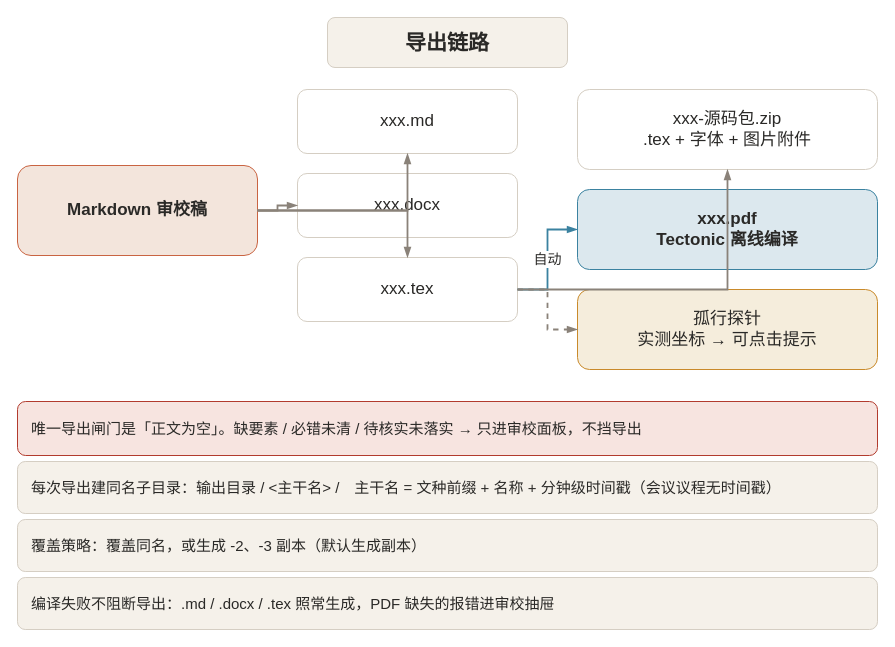
billowsand/gongwen keeps this draw.io diagram as docs/help/diagrams/diag-export.drawio. Above is the earlier version. Source tidied: cells renumbered, new cells numbered last; positions are measured from the earlier drawing's top-left corner, leaving out a move shared by most shapes. Both pictures are drawn from the tidied source at 100%, with x=0, y=0 at pixel (17, 17).
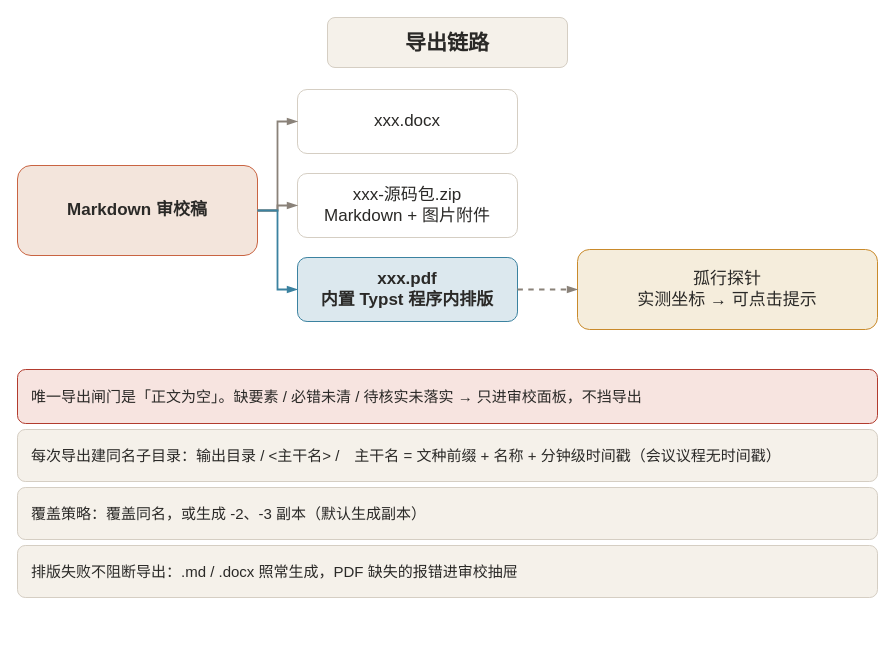
After the change.

The change refers to these unchanged cells:
```xml
<mxCell id="3" value="Markdown 审校稿" style="rounded=1;whiteSpace=wrap;html=1;fillColor=#F3E5DC;strokeColor=#C96442;fontColor=#2A2927;fontFamily=Aa顺風顺水顺财神;fontStyle=1;fontSize=17;" parent="1" vertex="1">
  <mxGeometry y="148" width="240" height="90" as="geometry" />
</mxCell>
```

Change to the diagram source:
```diff
@@
-    <mxCell id="4" value="xxx.md" style="rounded=1;whiteSpace=wrap;html=1;fillColor=#FFFFFF;strokeColor=#D5CEC3;fontColor=#2A2927;fontFamily=Aa顺風顺水顺财神;fontSize=17;" parent="1" vertex="1">
-      <mxGeometry x="280" y="72" width="220" height="64" as="geometry" />
-    </mxCell>
     <mxCell id="5" value="xxx.docx" style="rounded=1;whiteSpace=wrap;html=1;fillColor=#FFFFFF;strokeColor=#D5CEC3;fontColor=#2A2927;fontFamily=Aa顺風顺水顺财神;fontSize=17;" parent="1" vertex="1">
-      <mxGeometry x="280" y="156" width="220" height="64" as="geometry" />
+      <mxGeometry x="280" y="72" width="220" height="64" as="geometry" />
     </mxCell>
-    <mxCell id="6" value="xxx.tex" style="rounded=1;whiteSpace=wrap;html=1;fillColor=#FFFFFF;strokeColor=#D5CEC3;fontColor=#2A2927;fontFamily=Aa顺風顺水顺财神;fontSize=17;" parent="1" vertex="1">
-      <mxGeometry x="280" y="240" width="220" height="64" as="geometry" />
-    </mxCell>
-    <mxCell id="7" value="xxx-源码包.zip&lt;br&gt;.tex + 字体 + 图片附件" style="rounded=1;whiteSpace=wrap;html=1;fillColor=#FFFFFF;strokeColor=#D5CEC3;fontColor=#2A2927;fontFamily=Aa顺風顺水顺财神;fontSize=17;" parent="1" vertex="1">
-      <mxGeometry x="560" y="72" width="300" height="80" as="geometry" />
+    <mxCell id="7" value="xxx-源码包.zip&lt;br&gt;Markdown + 图片附件" style="rounded=1;whiteSpace=wrap;html=1;fillColor=#FFFFFF;strokeColor=#D5CEC3;fontColor=#2A2927;fontFamily=Aa顺風顺水顺财神;fontSize=17;" parent="1" vertex="1">
+      <mxGeometry x="280" y="156" width="220" height="64" as="geometry" />
     </mxCell>
-    <mxCell id="8" value="xxx.pdf&lt;br&gt;Tectonic 离线编译" style="rounded=1;whiteSpace=wrap;html=1;fillColor=#DCE8EE;strokeColor=#3B82A0;fontColor=#2A2927;fontFamily=Aa顺風顺水顺财神;fontStyle=1;fontSize=17;" parent="1" vertex="1">
-      <mxGeometry x="560" y="172" width="300" height="80" as="geometry" />
+    <mxCell id="8" value="xxx.pdf&lt;br&gt;内置 Typst 程序内排版" style="rounded=1;whiteSpace=wrap;html=1;fillColor=#DCE8EE;strokeColor=#3B82A0;fontColor=#2A2927;fontFamily=Aa顺風顺水顺财神;fontStyle=1;fontSize=17;" parent="1" vertex="1">
+      <mxGeometry x="280" y="240" width="220" height="64" as="geometry" />
     </mxCell>
     <mxCell id="9" value="孤行探针&lt;br&gt;实测坐标 → 可点击提示" style="rounded=1;whiteSpace=wrap;html=1;fillColor=#F5EDDC;strokeColor=#C98A2B;fontColor=#2A2927;fontFamily=Aa顺風顺水顺财神;fontSize=17;" parent="1" vertex="1">
-      <mxGeometry x="560" y="272" width="300" height="80" as="geometry" />
+      <mxGeometry x="560" y="232" width="300" height="80" as="geometry" />
     </mxCell>
-    <mxCell id="10" style="edgeStyle=orthogonalEdgeStyle;rounded=0;html=1;strokeColor=#8A8279;strokeWidth=1.8;endArrow=blockThin;endFill=1;" parent="1" edge="1" source="3" target="4">
-      <mxGeometry relative="1" as="geometry" />
-    </mxCell>
-    <mxCell id="11" style="edgeStyle=orthogonalEdgeStyle;rounded=0;html=1;strokeColor=#8A8279;strokeWidth=1.8;endArrow=blockThin;endFill=1;" parent="1" edge="1" source="3" target="5">
-      <mxGeometry relative="1" as="geometry" />
+    <mxCell id="11" style="edgeStyle=orthogonalEdgeStyle;rounded=0;html=1;strokeColor=#8A8279;strokeWidth=1.8;endArrow=blockThin;endFill=1;exitX=1;exitY=0.5;exitDx=0;exitDy=0;entryX=0;entryY=0.5;entryDx=0;entryDy=0;" parent="1" edge="1" source="3" target="5">
+      <mxGeometry relative="1" as="geometry">
+        <Array as="points">
+          <mxPoint x="260" y="193" />
+          <mxPoint x="260" y="104" />
+        </Array>
+      </mxGeometry>
     </mxCell>
-    <mxCell id="12" style="edgeStyle=orthogonalEdgeStyle;rounded=0;html=1;strokeColor=#8A8279;strokeWidth=1.8;endArrow=blockThin;endFill=1;" parent="1" edge="1" source="3" target="6">
-      <mxGeometry relative="1" as="geometry" />
+    <mxCell id="12" style="edgeStyle=orthogonalEdgeStyle;rounded=0;html=1;strokeColor=#8A8279;strokeWidth=1.8;endArrow=blockThin;endFill=1;exitX=1;exitY=0.5;exitDx=0;exitDy=0;entryX=0;entryY=0.5;entryDx=0;entryDy=0;" parent="1" edge="1" source="3" target="7">
+      <mxGeometry relative="1" as="geometry">
+        <Array as="points">
+          <mxPoint x="260" y="193" />
+          <mxPoint x="260" y="188" />
+        </Array>
+      </mxGeometry>
     </mxCell>
-    <mxCell id="13" value="自动" style="edgeStyle=orthogonalEdgeStyle;rounded=0;html=1;strokeColor=#3B82A0;strokeWidth=1.8;endArrow=blockThin;endFill=1;labelBackgroundColor=#FFFFFF;fontSize=14;fontFamily=Aa顺風顺水顺财神;fontColor=#2A2927;" parent="1" edge="1" source="6" target="8">
-      <mxGeometry relative="1" as="geometry" />
+    <mxCell id="13" style="edgeStyle=orthogonalEdgeStyle;rounded=0;html=1;strokeColor=#3B82A0;strokeWidth=1.8;endArrow=blockThin;endFill=1;exitX=1;exitY=0.5;exitDx=0;exitDy=0;entryX=0;entryY=0.5;entryDx=0;entryDy=0;" parent="1" edge="1" source="3" target="8">
+      <mxGeometry relative="1" as="geometry">
+        <Array as="points">
+          <mxPoint x="260" y="193" />
+          <mxPoint x="260" y="272" />
+        </Array>
+      </mxGeometry>
     </mxCell>
-    <mxCell id="14" style="edgeStyle=orthogonalEdgeStyle;rounded=0;html=1;strokeColor=#8A8279;strokeWidth=1.8;endArrow=blockThin;endFill=1;" parent="1" edge="1" source="6" target="7">
-      <mxGeometry relative="1" as="geometry" />
-    </mxCell>
-    <mxCell id="15" style="edgeStyle=orthogonalEdgeStyle;rounded=0;html=1;strokeColor=#8A8279;strokeWidth=1.8;endArrow=blockThin;endFill=1;dashed=1;" parent="1" edge="1" source="6" target="9">
+    <mxCell id="15" style="edgeStyle=orthogonalEdgeStyle;rounded=0;html=1;strokeColor=#8A8279;strokeWidth=1.8;endArrow=blockThin;endFill=1;dashed=1;" parent="1" edge="1" source="8" target="9">
       <mxGeometry relative="1" as="geometry" />
     </mxCell>
     <mxCell id="16" value="唯一导出闸门是「正文为空」。缺要素 / 必错未清 / 待核实未落实 → 只进审校面板，不挡导出" style="rounded=1;whiteSpace=wrap;html=1;fillColor=#F7E4E0;strokeColor=#B23B2E;fontColor=#2A2927;fontFamily=Aa顺風顺水顺财神;fontSize=15;align=left;spacingLeft=12;spacingRight=10;" parent="1" vertex="1">
-      <mxGeometry y="384" width="860" height="54" as="geometry" />
+      <mxGeometry y="352" width="860" height="54" as="geometry" />
     </mxCell>
     <mxCell id="17" value="每次导出建同名子目录：输出目录 / &amp;lt;主干名&amp;gt; /　主干名 = 文种前缀 + 名称 + 分钟级时间戳（会议议程无时间戳）" style="rounded=1;whiteSpace=wrap;html=1;fillColor=#F5F1EA;strokeColor=#D5CEC3;fontColor=#2A2927;fontFamily=Aa顺風顺水顺财神;fontSize=15;align=left;spacingLeft=12;spacingRight=10;" parent="1" vertex="1">
-      <mxGeometry y="444" width="860" height="52" as="geometry" />
+      <mxGeometry y="412" width="860" height="52" as="geometry" />
     </mxCell>
     <mxCell id="18" value="覆盖策略：覆盖同名，或生成 -2、-3 副本（默认生成副本）" style="rounded=1;whiteSpace=wrap;html=1;fillColor=#F5F1EA;strokeColor=#D5CEC3;fontColor=#2A2927;fontFamily=Aa顺風顺水顺财神;fontSize=15;align=left;spacingLeft=12;spacingRight=10;" parent="1" vertex="1">
-      <mxGeometry y="502" width="860" height="52" as="geometry" />
+      <mxGeometry y="470" width="860" height="52" as="geometry" />
     </mxCell>
-    <mxCell id="19" value="编译失败不阻断导出：.md / .docx / .tex 照常生成，PDF 缺失的报错进审校抽屉" style="rounded=1;whiteSpace=wrap;html=1;fillColor=#F5F1EA;strokeColor=#D5CEC3;fontColor=#2A2927;fontFamily=Aa顺風顺水顺财神;fontSize=15;align=left;spacingLeft=12;spacingRight=10;" parent="1" vertex="1">
-      <mxGeometry y="560" width="860" height="52" as="geometry" />
+    <mxCell id="19" value="排版失败不阻断导出：.md / .docx 照常生成，PDF 缺失的报错进审校抽屉" style="rounded=1;whiteSpace=wrap;html=1;fillColor=#F5F1EA;strokeColor=#D5CEC3;fontColor=#2A2927;fontFamily=Aa顺風顺水顺财神;fontSize=15;align=left;spacingLeft=12;spacingRight=10;" parent="1" vertex="1">
+      <mxGeometry y="528" width="860" height="52" as="geometry" />
     </mxCell>
```
